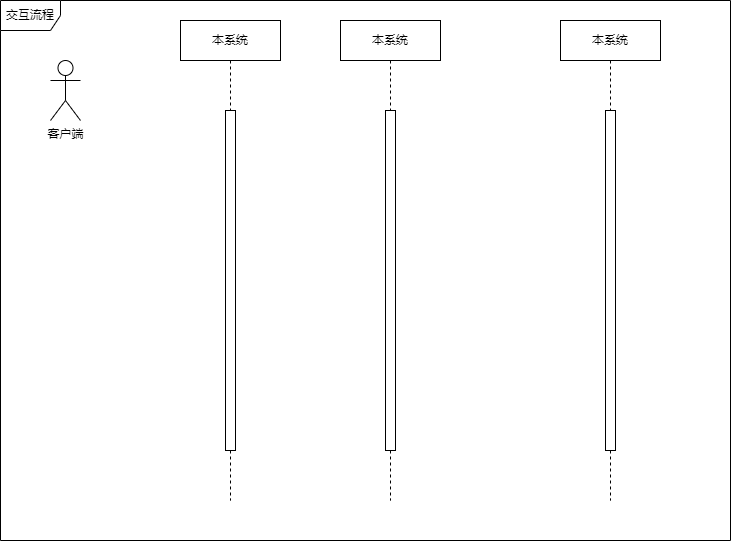
Earlier version of the draw.io export doc/image/流程交互图.png (wujunwei/gomail). Source tidied: cells renumbered, new cells last; positions are measured from the earlier drawing's top-left corner, leaving out a move shared by most shapes.
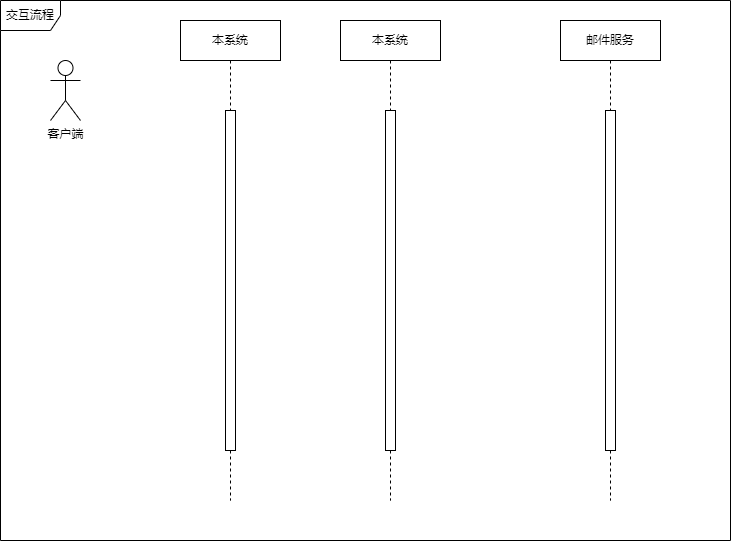
After the commit.

The edit, as a diff of the source:
```diff
@@ -20,7 +20,7 @@
     <mxCell id="7" style="html=1;perimeter=orthogonalPerimeter;" parent="6" vertex="1">
       <mxGeometry x="45" y="90" width="10" height="340" as="geometry" />
     </mxCell>
-    <mxCell id="8" value="本系统" style="shape=umlLifeline;perimeter=lifelinePerimeter;whiteSpace=wrap;html=1;" parent="1" vertex="1">
+    <mxCell id="8" value="邮件服务" style="shape=umlLifeline;perimeter=lifelinePerimeter;whiteSpace=wrap;html=1;" parent="1" vertex="1">
       <mxGeometry x="560" y="20" width="100" height="480" as="geometry" />
     </mxCell>
     <mxCell id="9" style="html=1;perimeter=orthogonalPerimeter;" parent="8" vertex="1">
```
